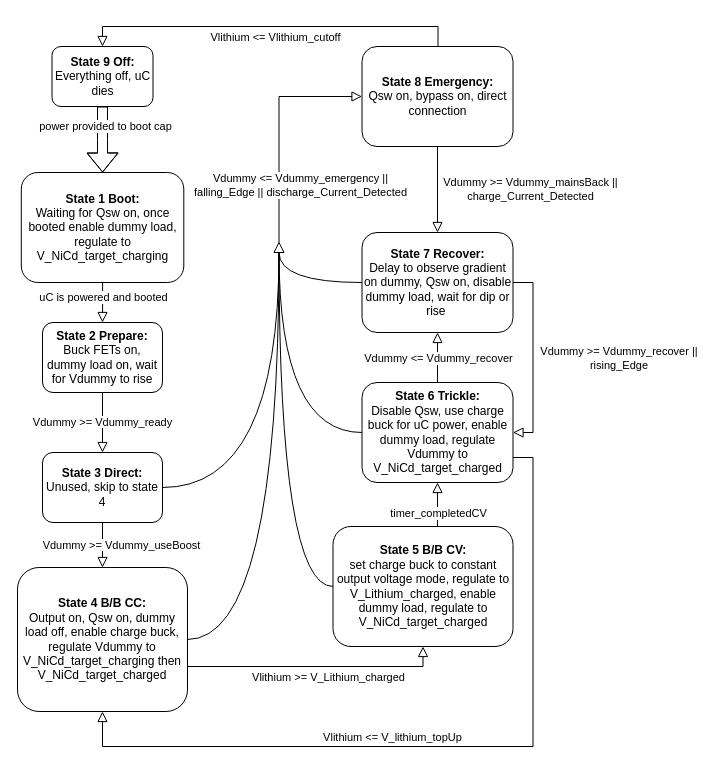
Earlier version of the draw.io diagram 203IntefaceFlowchart_CV.drawio (BStainthorpe/Flowcharts). Source tidied: cells renumbered, new cells numbered last; positions are measured from the earlier drawing's top-left corner, leaving out a move shared by most shapes. Both pictures are drawn from the tidied source at 100%, with x=0, y=0 at pixel (17, 26).
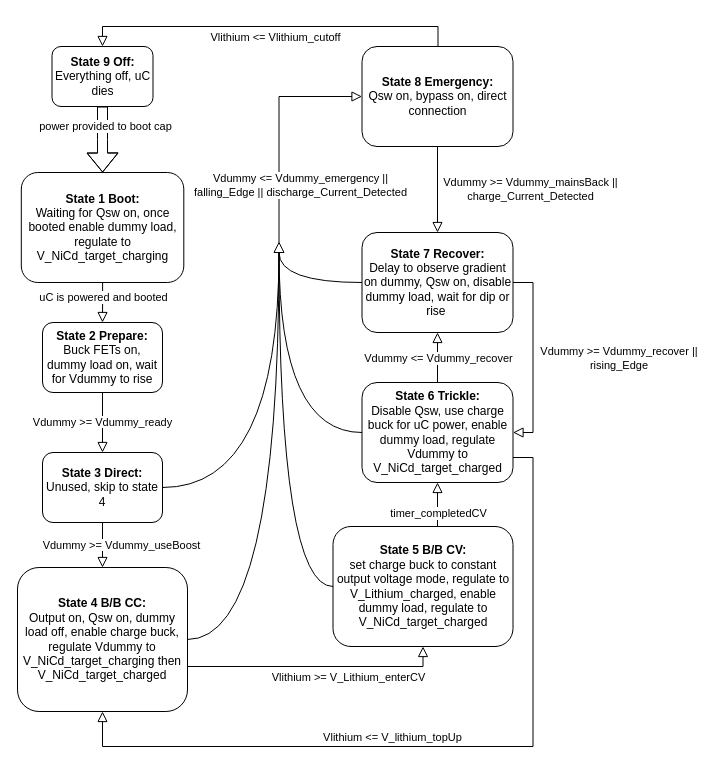
Above is the later version.

Unchanged cells that the change refers to:
```xml
<mxCell id="36" style="rounded=0;html=1;jettySize=auto;fontSize=11;endArrow=block;endFill=0;endSize=8;strokeWidth=1;shadow=0;labelBackgroundColor=none;edgeStyle=orthogonalEdgeStyle;exitX=1;exitY=0.5;exitDx=0;exitDy=0;entryX=0.5;entryY=1;entryDx=0;entryDy=0;" parent="1" edge="1" source="9" target="38">
  <mxGeometry x="0.03" y="-10" relative="1" as="geometry">
    <Array as="points">
      <mxPoint x="170" y="640" />
      <mxPoint x="406" y="640" />
    </Array>
  </mxGeometry>
</mxCell>
```

Change to the diagram source:
```diff
@@
-    <mxCell id="37" value="Vlithium &amp;gt;= V_Lithium_charged" style="edgeLabel;html=1;align=center;verticalAlign=middle;" parent="36" vertex="1">
+    <mxCell id="37" value="Vlithium &amp;gt;= V_Lithium_enterCV" style="edgeLabel;html=1;align=center;verticalAlign=middle;" parent="36" vertex="1">
       <mxGeometry x="0.14" relative="1" as="geometry">
-        <mxPoint x="6" y="10" as="offset" />
+        <mxPoint x="26" y="10" as="offset" />
       </mxGeometry>
     </mxCell>
```
